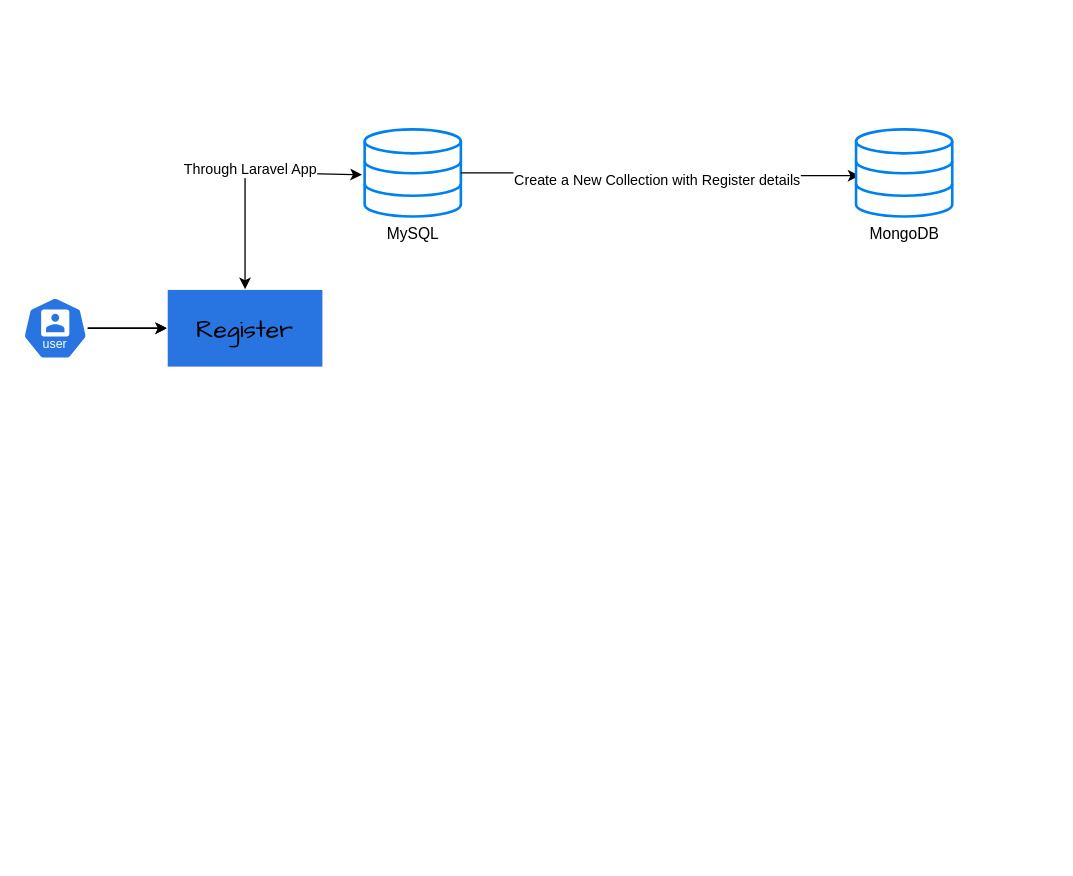
This is Computer Institute Application.drawio from codingwithrk/computer-institute-application, a draw.io file, before an edit. Source tidied: cells renumbered, new cells numbered last; positions are measured from the earlier drawing's top-left corner, leaving out a move shared by most shapes. Both pictures are drawn from the tidied source at 130%, with x=0, y=0 at pixel (22, 129).
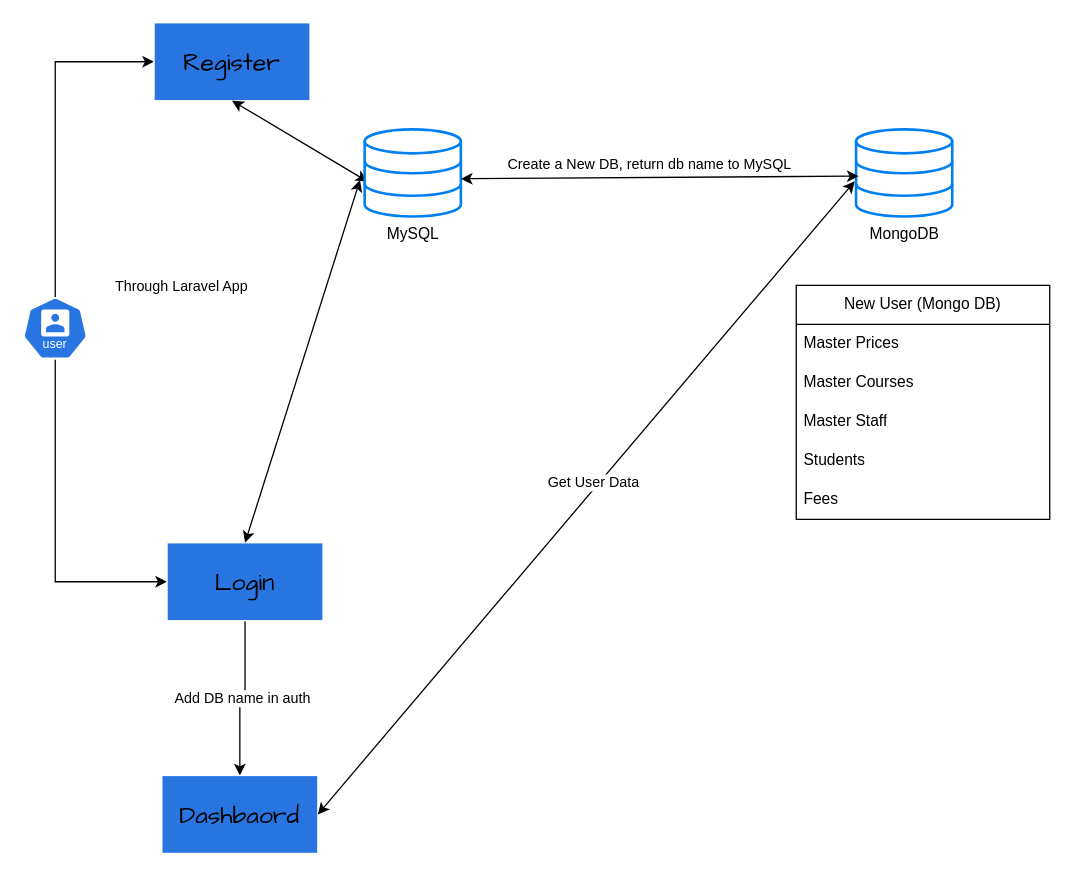
The same page after the edit.

Unchanged cells that the change refers to:
```xml
<mxCell id="4" style="html=1;dashed=0;whitespace=wrap;verticalLabelPosition=bottom;verticalAlign=top;fillColor=#2875E2;strokeColor=#ffffff;points=[[0.005,0.63,0],[0.1,0.2,0],[0.9,0.2,0],[0.5,0,0],[0.995,0.63,0],[0.72,0.99,0],[0.5,1,0],[0.28,0.99,0]];shape=mxgraph.kubernetes.icon2;kubernetesLabel=1;prIcon=user;hachureGap=4;fontFamily=Architects Daughter;" parent="1" vertex="1">
  <mxGeometry y="129" width="50" height="48" as="geometry" />
</mxCell>
<mxCell id="8" value="MySQL" style="html=1;verticalLabelPosition=bottom;align=center;labelBackgroundColor=#ffffff;verticalAlign=top;strokeWidth=2;strokeColor=#0080F0;shadow=0;dashed=0;shape=mxgraph.ios7.icons.data;" parent="1" vertex="1">
  <mxGeometry x="263" width="74" height="67" as="geometry" />
</mxCell>
```

Diff of the diagram source:
```diff
@@
-    <mxCell id="2" style="edgeStyle=orthogonalEdgeStyle;rounded=0;hachureGap=4;jettySize=auto;html=1;fontFamily=Architects Daughter;" parent="1" edge="1" source="4" target="5">
-      <mxGeometry relative="1" as="geometry" />
-    </mxCell>
-    <mxCell id="3" style="edgeStyle=orthogonalEdgeStyle;rounded=0;jettySize=auto;html=1;entryX=0;entryY=0.5;entryDx=0;entryDy=0;" parent="1" edge="1" source="4" target="5">
+    <mxCell id="3" style="edgeStyle=orthogonalEdgeStyle;rounded=0;jettySize=auto;html=1;entryX=0;entryY=0.5;entryDx=0;entryDy=0;exitX=0.5;exitY=0;exitDx=0;exitDy=0;exitPerimeter=0;" parent="1" edge="1" source="4" target="5">
       <mxGeometry relative="1" as="geometry" />
     </mxCell>
+    <mxCell id="12" style="edgeStyle=orthogonalEdgeStyle;rounded=0;jettySize=auto;html=1;entryX=0;entryY=0.5;entryDx=0;entryDy=0;" parent="1" edge="1" source="4" target="15">
+      <mxGeometry relative="1" as="geometry">
+        <Array as="points">
+          <mxPoint x="25" y="348" />
+        </Array>
+      </mxGeometry>
+    </mxCell>
@@
     <mxCell id="5" value="&lt;br&gt;&lt;div&gt;&lt;font style=&quot;font-size: 19px;&quot;&gt;Register&lt;/font&gt;&lt;/div&gt;" style="whiteSpace=wrap;html=1;fontFamily=Architects Daughter;verticalAlign=top;fillColor=#2875E2;strokeColor=#ffffff;dashed=0;hachureGap=4;align=center;" parent="1" vertex="1">
-      <mxGeometry x="111" y="123" width="120" height="60" as="geometry" />
+      <mxGeometry x="101" y="-82" width="120" height="60" as="geometry" />
     </mxCell>
-    <mxCell id="6" style="endArrow=classic;startArrow=classic;html=1;rounded=0;entryX=-0.027;entryY=0.522;entryDx=0;entryDy=0;exitX=0.5;exitY=0;exitDx=0;exitDy=0;entryPerimeter=0;" parent="1" edge="1" source="5" target="8">
-      <mxGeometry relative="1" as="geometry">
-        <Array as="points">
-          <mxPoint x="171" y="33" />
-        </Array>
-      </mxGeometry>
+    <mxCell id="6" style="endArrow=classic;startArrow=classic;html=1;rounded=0;entryX=0.031;entryY=0.6;entryDx=0;entryDy=0;exitX=0.5;exitY=1;exitDx=0;exitDy=0;entryPerimeter=0;" parent="1" edge="1" source="5" target="8">
+      <mxGeometry relative="1" as="geometry" />
     </mxCell>
     <mxCell id="7" value="Through Laravel App" style="edgeLabel;html=1;align=center;verticalAlign=middle;" parent="6" vertex="1">
       <mxGeometry x="0.03" y="4" relative="1" as="geometry">
-        <mxPoint y="1" as="offset" />
+        <mxPoint x="-96" y="114" as="offset" />
       </mxGeometry>
     </mxCell>
@@
+    <mxCell id="11" value="MongoDB" style="html=1;verticalLabelPosition=bottom;align=center;labelBackgroundColor=#ffffff;verticalAlign=top;strokeWidth=2;strokeColor=#0080F0;shadow=0;dashed=0;shape=mxgraph.ios7.icons.data;" parent="1" vertex="1">
+      <mxGeometry x="641" width="74" height="67" as="geometry" />
+    </mxCell>
-    <mxCell id="9" style="edgeStyle=orthogonalEdgeStyle;rounded=0;jettySize=auto;html=1;entryX=0.036;entryY=0.532;entryDx=0;entryDy=0;entryPerimeter=0;" parent="1" edge="1" source="8" target="11">
+    <mxCell id="9" style="endArrow=classic;startArrow=classic;html=1;rounded=0;exitX=1;exitY=0.567;exitDx=0;exitDy=0;exitPerimeter=0;entryX=0.027;entryY=0.537;entryDx=0;entryDy=0;entryPerimeter=0;" parent="1" edge="1" source="8" target="11">
       <mxGeometry relative="1" as="geometry" />
     </mxCell>
-    <mxCell id="10" value="Create a New Collection with Register details" style="edgeLabel;html=1;align=center;verticalAlign=middle;" parent="9" vertex="1">
-      <mxGeometry x="-0.02" y="-2" relative="1" as="geometry">
-        <mxPoint x="-1" y="3" as="offset" />
-      </mxGeometry>
-    </mxCell>
-    <mxCell id="11" value="MongoDB" style="html=1;verticalLabelPosition=bottom;align=center;labelBackgroundColor=#ffffff;verticalAlign=top;strokeWidth=2;strokeColor=#0080F0;shadow=0;dashed=0;shape=mxgraph.ios7.icons.data;" parent="1" vertex="1">
-      <mxGeometry x="641" width="74" height="67" as="geometry" />
-    </mxCell>
+    <mxCell id="13" value="Create a New DB, return db name to MySQL" style="edgeLabel;html=1;align=center;verticalAlign=middle;" parent="9" vertex="1">
+      <mxGeometry x="-0.06" y="1" relative="1" as="geometry">
+        <mxPoint x="1" y="-10" as="offset" />
+      </mxGeometry>
+    </mxCell>
+    <mxCell id="14" value="Add DB name in auth" style="edgeStyle=orthogonalEdgeStyle;rounded=0;jettySize=auto;html=1;exitX=0.5;exitY=1;exitDx=0;exitDy=0;entryX=0.5;entryY=0;entryDx=0;entryDy=0;" parent="1" edge="1" source="15" target="17">
+      <mxGeometry relative="1" as="geometry" />
+    </mxCell>
+    <mxCell id="15" value="&lt;div&gt;&lt;br&gt;&lt;/div&gt;&lt;div&gt;&lt;span style=&quot;font-size: 19px;&quot;&gt;Login&lt;/span&gt;&lt;/div&gt;" style="whiteSpace=wrap;html=1;fontFamily=Architects Daughter;verticalAlign=top;fillColor=#2875E2;strokeColor=#ffffff;dashed=0;hachureGap=4;" parent="1" vertex="1">
+      <mxGeometry x="111" y="318" width="120" height="60" as="geometry" />
+    </mxCell>
+    <mxCell id="16" style="endArrow=classic;startArrow=classic;html=1;rounded=0;exitX=0.5;exitY=0;exitDx=0;exitDy=0;entryX=-0.048;entryY=0.582;entryDx=0;entryDy=0;entryPerimeter=0;" parent="1" edge="1" source="15" target="8">
+      <mxGeometry relative="1" as="geometry" />
+    </mxCell>
+    <mxCell id="17" value="&lt;div&gt;&lt;br&gt;&lt;/div&gt;&lt;div&gt;&lt;span style=&quot;font-size: 19px;&quot;&gt;Dashbaord&lt;/span&gt;&lt;/div&gt;" style="whiteSpace=wrap;html=1;fontFamily=Architects Daughter;verticalAlign=top;fillColor=#2875E2;strokeColor=#ffffff;dashed=0;hachureGap=4;" parent="1" vertex="1">
+      <mxGeometry x="107" y="497" width="120" height="60" as="geometry" />
+    </mxCell>
+    <mxCell id="18" style="endArrow=classic;startArrow=classic;html=1;rounded=0;exitX=1;exitY=0.5;exitDx=0;exitDy=0;entryX=-0.014;entryY=0.597;entryDx=0;entryDy=0;entryPerimeter=0;" parent="1" edge="1" source="17" target="11">
+      <mxGeometry relative="1" as="geometry" />
+    </mxCell>
+    <mxCell id="19" value="Get User Data" style="edgeLabel;html=1;align=center;verticalAlign=middle;" parent="18" vertex="1">
+      <mxGeometry x="0.04" y="4" relative="1" as="geometry" />
+    </mxCell>
+    <mxCell id="20" value="New User (Mongo DB)" style="swimlane;fontStyle=0;horizontal=1;startSize=30;whiteSpace=wrap;html=1;" parent="1" vertex="1">
+      <mxGeometry x="595" y="120" width="195" height="180" as="geometry" />
+    </mxCell>
+    <mxCell id="21" value="Master Prices" style="text;strokeColor=none;fillColor=none;align=left;verticalAlign=middle;spacingLeft=4;spacingRight=4;overflow=hidden;whiteSpace=wrap;html=1;" parent="20" vertex="1">
+      <mxGeometry y="30" width="195" height="30" as="geometry" />
+    </mxCell>
+    <mxCell id="22" value="Master Courses" style="text;strokeColor=none;fillColor=none;align=left;verticalAlign=middle;spacingLeft=4;spacingRight=4;overflow=hidden;whiteSpace=wrap;html=1;" parent="20" vertex="1">
+      <mxGeometry y="60" width="195" height="30" as="geometry" />
+    </mxCell>
+    <mxCell id="23" value="Master Staff" style="text;strokeColor=none;fillColor=none;align=left;verticalAlign=middle;spacingLeft=4;spacingRight=4;overflow=hidden;whiteSpace=wrap;html=1;" parent="20" vertex="1">
+      <mxGeometry y="90" width="195" height="30" as="geometry" />
+    </mxCell>
+    <mxCell id="24" value="Students" style="text;strokeColor=none;fillColor=none;align=left;verticalAlign=middle;spacingLeft=4;spacingRight=4;overflow=hidden;whiteSpace=wrap;html=1;" parent="20" vertex="1">
+      <mxGeometry y="120" width="195" height="30" as="geometry" />
+    </mxCell>
+    <mxCell id="25" value="Fees" style="text;strokeColor=none;fillColor=none;align=left;verticalAlign=middle;spacingLeft=4;spacingRight=4;overflow=hidden;whiteSpace=wrap;html=1;" parent="20" vertex="1">
+      <mxGeometry y="150" width="195" height="30" as="geometry" />
+    </mxCell>
```
